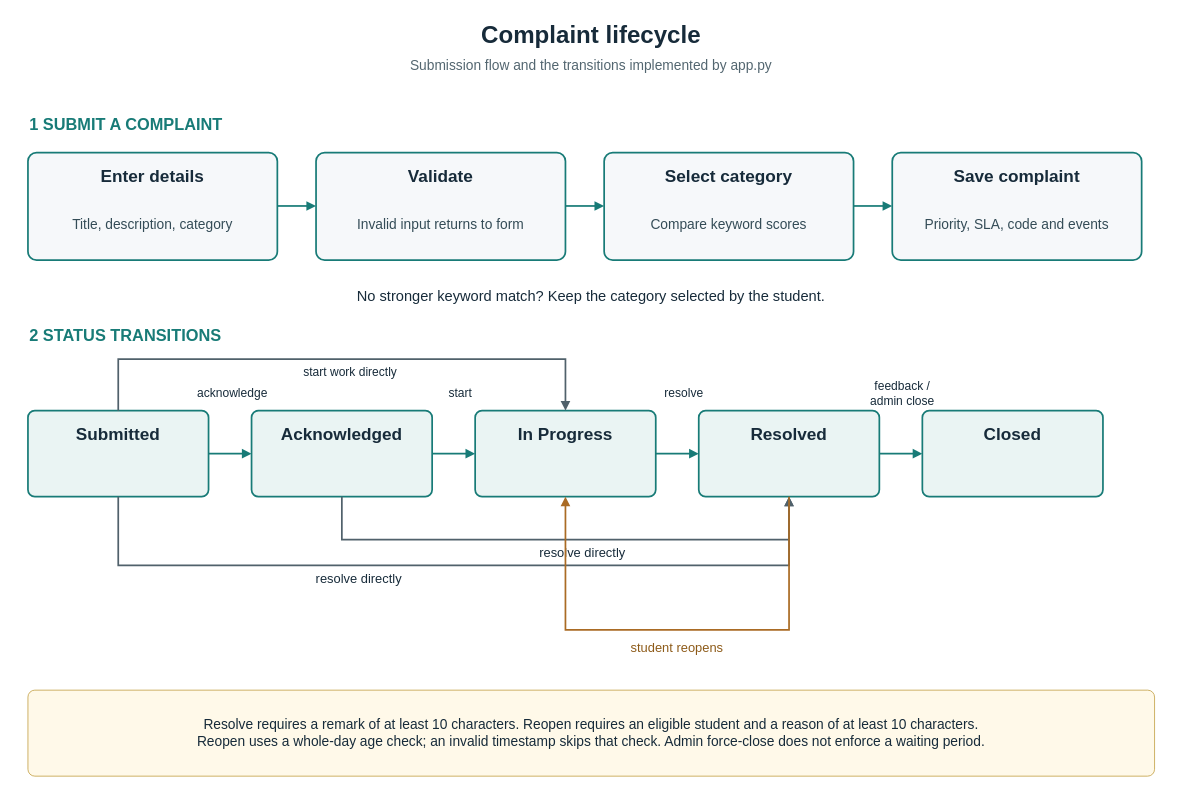
Earlier version of the draw.io diagram shikayat-setu/report/diagrams/fig-activity.drawio (Yashwant-git392/Yashwant-git392). Source tidied: cells renumbered, new cells numbered last; positions are measured from the earlier drawing's top-left corner, leaving out a move shared by most shapes. Both pictures are drawn from the tidied source at 86%, with x=0, y=0 at pixel (15, 15).
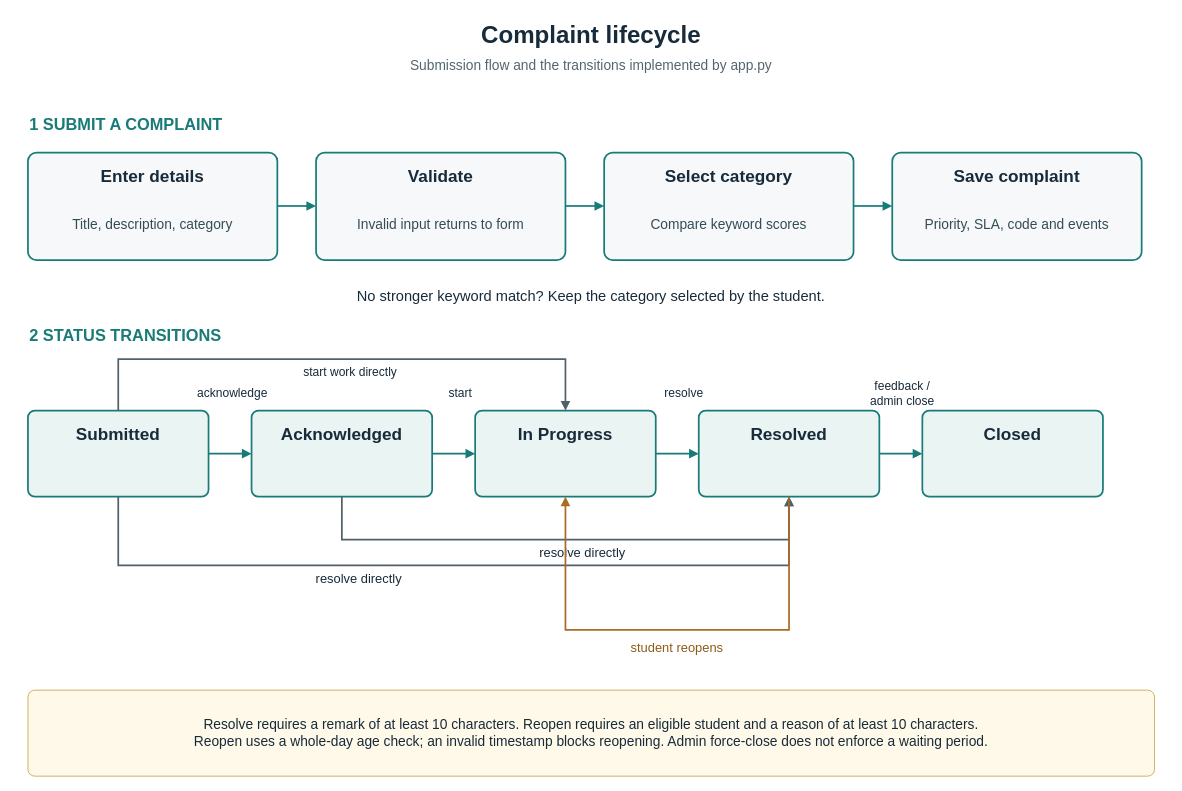
Above is the later version.

What changed in the source:
```diff
@@
-    <mxCell id="48" value="Resolve requires a remark of at least 10 characters. Reopen requires an eligible student and a reason of at least 10 characters.&#10;Reopen uses a whole-day age check; an invalid timestamp skips that check. Admin force-close does not enforce a waiting period." style="rounded=1;arcSize=8;whiteSpace=wrap;html=1;fillColor=#fff9e9;strokeColor=#c6a650;fontFamily=Arial;fontSize=16;fontColor=#172b3a;spacing=8;" parent="1" vertex="1">
+    <mxCell id="48" value="Resolve requires a remark of at least 10 characters. Reopen requires an eligible student and a reason of at least 10 characters.&#10;Reopen uses a whole-day age check; an invalid timestamp blocks reopening. Admin force-close does not enforce a waiting period." style="rounded=1;arcSize=8;whiteSpace=wrap;html=1;fillColor=#fff9e9;strokeColor=#c6a650;fontFamily=Arial;fontSize=16;fontColor=#172b3a;spacing=8;" parent="1" vertex="1">
       <mxGeometry x="15" y="785" width="1310" height="100" as="geometry" />
     </mxCell>
```
